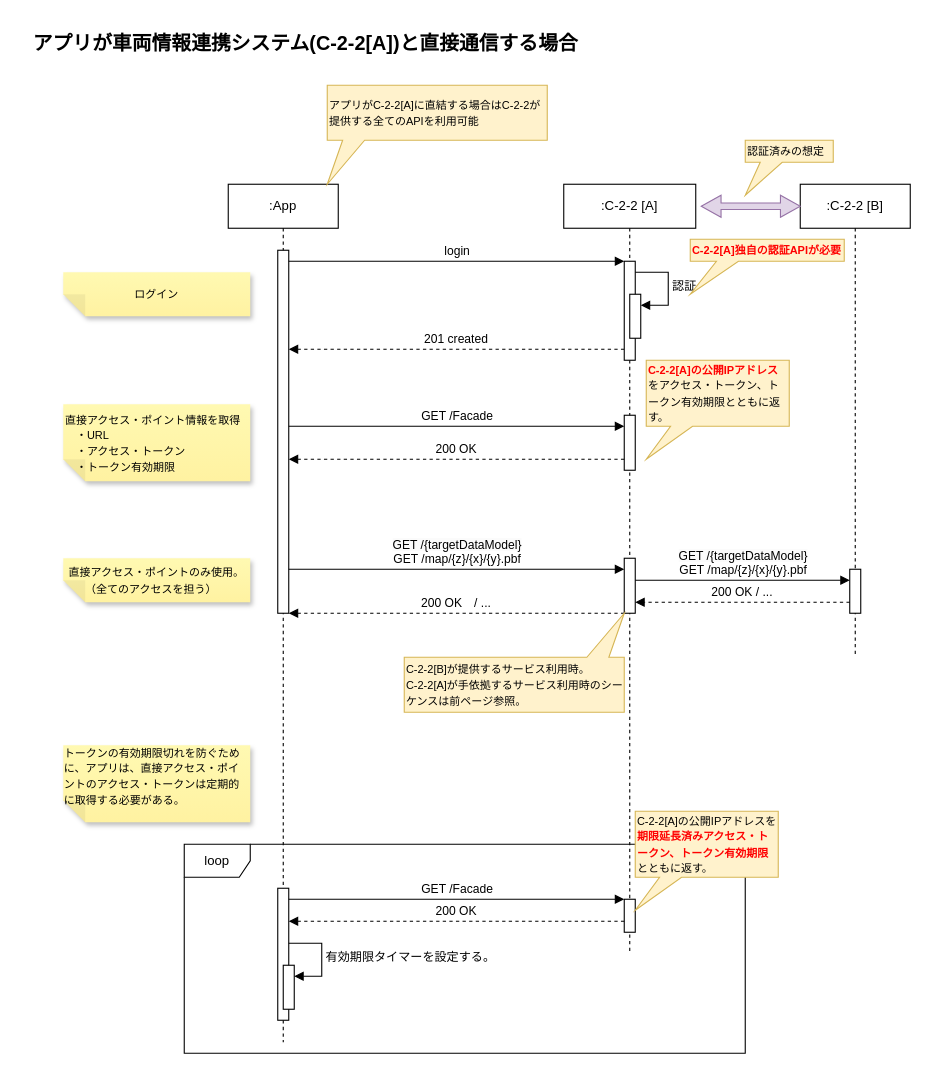
Before: page "C-2-2[A]直結時のシーケンス" (2 of 6) of models/c-2-2-api-sequences.drawio in Sportacandy/C-2-2API, a draw.io diagram. Source tidied: cells renumbered, new cells numbered last; positions are measured from the earlier drawing's top-left corner, leaving out a move shared by most shapes. Both pictures are drawn from the tidied source at 110%, with x=0, y=0 at pixel (19, 19).
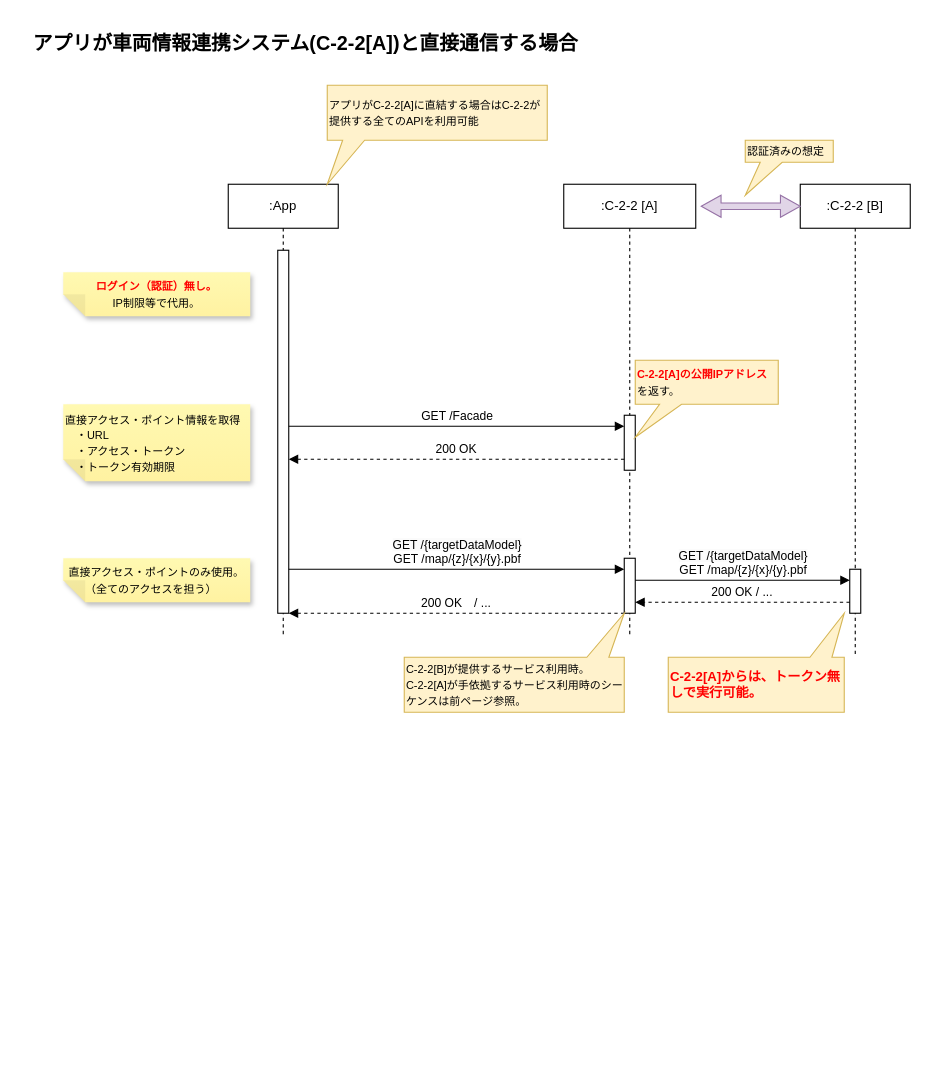
The same diagram, later.

Unchanged cells that the change refers to:
```xml
<mxCell id="3" style="html=1;points=[];perimeter=orthogonalPerimeter;outlineConnect=0;targetShapes=umlLifeline;portConstraint=eastwest;newEdgeStyle={&quot;edgeStyle&quot;:&quot;elbowEdgeStyle&quot;,&quot;elbow&quot;:&quot;vertical&quot;,&quot;curved&quot;:0,&quot;rounded&quot;:0};" parent="2" vertex="1">
  <mxGeometry x="45" y="60" width="10" height="330" as="geometry" />
</mxCell>
```

What changed in the source:
```diff
@@
     <mxCell id="2" value=":App" style="shape=umlLifeline;perimeter=lifelinePerimeter;whiteSpace=wrap;html=1;newEdgeStyle={&quot;edgeStyle&quot;:&quot;elbowEdgeStyle&quot;,&quot;elbow&quot;:&quot;vertical&quot;,&quot;curved&quot;:0,&quot;rounded&quot;:0};" parent="1" vertex="1">
-      <mxGeometry x="190" y="150" width="100" height="780" as="geometry" />
+      <mxGeometry x="190" y="150" width="100" height="410" as="geometry" />
     </mxCell>
@@
-    <mxCell id="4" value="login" style="html=1;verticalAlign=bottom;endArrow=block;edgeStyle=elbowEdgeStyle;elbow=horizontal;curved=0;rounded=0;" parent="1" edge="1" source="3" target="9">
-      <mxGeometry relative="1" as="geometry">
-        <Array as="points">
-          <mxPoint x="331" y="220" />
-        </Array>
-      </mxGeometry>
-    </mxCell>
-    <mxCell id="5" value="201 created" style="html=1;verticalAlign=bottom;endArrow=block;edgeStyle=elbowEdgeStyle;elbow=vertical;curved=0;rounded=0;dashed=1;" parent="1" edge="1" source="9">
-      <mxGeometry relative="1" as="geometry">
-        <mxPoint x="245" y="300" as="targetPoint" />
-        <Array as="points">
-          <mxPoint x="340" y="300" />
-        </Array>
-      </mxGeometry>
-    </mxCell>
     <mxCell id="6" value=":C-2-2 [A]" style="shape=umlLifeline;perimeter=lifelinePerimeter;whiteSpace=wrap;html=1;newEdgeStyle={&quot;edgeStyle&quot;:&quot;elbowEdgeStyle&quot;,&quot;elbow&quot;:&quot;vertical&quot;,&quot;curved&quot;:0,&quot;rounded&quot;:0};" parent="1" vertex="1">
-      <mxGeometry x="495" y="150" width="120" height="700" as="geometry" />
+      <mxGeometry x="495" y="150" width="120" height="410" as="geometry" />
     </mxCell>
@@
-    <mxCell id="9" style="html=1;points=[];perimeter=orthogonalPerimeter;outlineConnect=0;targetShapes=umlLifeline;portConstraint=eastwest;newEdgeStyle={&quot;edgeStyle&quot;:&quot;elbowEdgeStyle&quot;,&quot;elbow&quot;:&quot;vertical&quot;,&quot;curved&quot;:0,&quot;rounded&quot;:0};" parent="6" vertex="1">
-      <mxGeometry x="55" y="70" width="10" height="90" as="geometry" />
-    </mxCell>
-    <mxCell id="10" value="認証" style="html=1;align=left;spacingLeft=2;endArrow=block;rounded=0;edgeStyle=orthogonalEdgeStyle;curved=0;rounded=0;" parent="6" edge="1" target="11">
-      <mxGeometry relative="1" as="geometry">
-        <mxPoint x="65" y="80" as="sourcePoint" />
-        <Array as="points">
-          <mxPoint x="95" y="110" />
-        </Array>
-      </mxGeometry>
-    </mxCell>
-    <mxCell id="11" style="html=1;points=[[0,0,0,0,5],[0,1,0,0,-5],[1,0,0,0,5],[1,1,0,0,-5]];perimeter=orthogonalPerimeter;outlineConnect=0;targetShapes=umlLifeline;portConstraint=eastwest;newEdgeStyle={&quot;curved&quot;:0,&quot;rounded&quot;:0};" parent="6" vertex="1">
-      <mxGeometry x="60" y="100" width="10" height="40" as="geometry" />
-    </mxCell>
-    <mxCell id="12" style="html=1;points=[[0,0,0,0,5],[0,1,0,0,-5],[1,0,0,0,5],[1,1,0,0,-5]];perimeter=orthogonalPerimeter;outlineConnect=0;targetShapes=umlLifeline;portConstraint=eastwest;newEdgeStyle={&quot;curved&quot;:0,&quot;rounded&quot;:0};" parent="6" vertex="1">
-      <mxGeometry x="55" y="650" width="10" height="30" as="geometry" />
-    </mxCell>
@@
-    <mxCell id="17" value="&lt;div style=&quot;&quot;&gt;&lt;span style=&quot;font-size: 10px;&quot;&gt;ログイン&lt;/span&gt;&lt;/div&gt;" style="shape=note;whiteSpace=wrap;html=1;backgroundOutline=1;fontColor=#000000;darkOpacity=0.05;fillColor=#FFF9B2;strokeColor=none;fillStyle=solid;direction=west;gradientDirection=north;gradientColor=#FFF2A1;shadow=1;size=20;align=center;" parent="1" vertex="1">
+    <mxCell id="17" value="&lt;div style=&quot;&quot;&gt;&lt;span style=&quot;font-size: 10px;&quot;&gt;&lt;font color=&quot;#ff0000&quot;&gt;&lt;b&gt;ログイン（認証）無し。&lt;/b&gt;&lt;/font&gt;&lt;br&gt;IP制限等で代用。&lt;/span&gt;&lt;/div&gt;" style="shape=note;whiteSpace=wrap;html=1;backgroundOutline=1;fontColor=#000000;darkOpacity=0.05;fillColor=#FFF9B2;strokeColor=none;fillStyle=solid;direction=west;gradientDirection=north;gradientColor=#FFF2A1;shadow=1;size=20;align=center;" parent="1" vertex="1">
       <mxGeometry x="40" y="230" width="170" height="40" as="geometry" />
     </mxCell>
@@
-    <mxCell id="24" value="&lt;font style=&quot;font-size: 10px;&quot;&gt;&lt;b&gt;&lt;font color=&quot;#ff0000&quot;&gt;C-2-2[A]の公開IPアドレス&lt;/font&gt;&lt;/b&gt;をアクセス・トークン、トークン有効期限とともに返す。　&lt;/font&gt;" style="shape=callout;whiteSpace=wrap;html=1;perimeter=calloutPerimeter;position2=0;fillColor=#fff2cc;strokeColor=#d6b656;align=left;size=30;position=0.17;" parent="1" vertex="1">
-      <mxGeometry x="570" y="310" width="130" height="90" as="geometry" />
+    <mxCell id="24" value="&lt;font style=&quot;font-size: 10px;&quot;&gt;&lt;b&gt;&lt;font color=&quot;#ff0000&quot;&gt;C-2-2[A]の公開IPアドレス&lt;/font&gt;&lt;/b&gt;を返す。　&lt;/font&gt;" style="shape=callout;whiteSpace=wrap;html=1;perimeter=calloutPerimeter;position2=0;fillColor=#fff2cc;strokeColor=#d6b656;align=left;size=30;position=0.17;" parent="1" vertex="1">
+      <mxGeometry x="560" y="310" width="130" height="70" as="geometry" />
     </mxCell>
@@
-    <mxCell id="26" style="html=1;points=[[0,0,0,0,5],[0,1,0,0,-5],[1,0,0,0,5],[1,1,0,0,-5]];perimeter=orthogonalPerimeter;outlineConnect=0;targetShapes=umlLifeline;portConstraint=eastwest;newEdgeStyle={&quot;curved&quot;:0,&quot;rounded&quot;:0};" parent="1" vertex="1">
-      <mxGeometry x="235" y="790" width="10" height="120" as="geometry" />
-    </mxCell>
-    <mxCell id="27" value="GET /Facade" style="html=1;verticalAlign=bottom;endArrow=block;edgeStyle=elbowEdgeStyle;elbow=horizontal;curved=0;rounded=0;" parent="1" edge="1" source="26" target="12">
-      <mxGeometry relative="1" as="geometry">
-        <Array as="points">
-          <mxPoint x="515" y="800" />
-        </Array>
-      </mxGeometry>
-    </mxCell>
-    <mxCell id="28" value="200 OK" style="html=1;verticalAlign=bottom;endArrow=block;edgeStyle=elbowEdgeStyle;elbow=vertical;curved=0;rounded=0;dashed=1;" parent="1" edge="1" source="12" target="26">
-      <mxGeometry relative="1" as="geometry">
-        <Array as="points">
-          <mxPoint x="520" y="820" />
-        </Array>
-      </mxGeometry>
-    </mxCell>
-    <mxCell id="29" value="loop" style="shape=umlFrame;whiteSpace=wrap;html=1;" parent="1" vertex="1">
-      <mxGeometry x="150" y="750" width="510" height="190" as="geometry" />
-    </mxCell>
-    <mxCell id="30" value="&lt;font style=&quot;font-size: 10px;&quot;&gt;C-2-2[A]の公開IPアドレスを&lt;b&gt;&lt;font color=&quot;#ff0000&quot;&gt;期限延長済みアクセス・トークン、トークン有効期限&lt;/font&gt;&lt;/b&gt;とともに返す。　&lt;/font&gt;" style="shape=callout;whiteSpace=wrap;html=1;perimeter=calloutPerimeter;position2=0;fillColor=#fff2cc;strokeColor=#d6b656;align=left;size=30;position=0.17;" parent="1" vertex="1">
-      <mxGeometry x="560" y="720" width="130" height="90" as="geometry" />
-    </mxCell>
-    <mxCell id="31" style="html=1;points=[[0,0,0,0,5],[0,1,0,0,-5],[1,0,0,0,5],[1,1,0,0,-5]];perimeter=orthogonalPerimeter;outlineConnect=0;targetShapes=umlLifeline;portConstraint=eastwest;newEdgeStyle={&quot;curved&quot;:0,&quot;rounded&quot;:0};" parent="1" vertex="1">
-      <mxGeometry x="240" y="860" width="10" height="40" as="geometry" />
-    </mxCell>
-    <mxCell id="32" value="有効期限タイマーを設定する。" style="html=1;align=left;spacingLeft=2;endArrow=block;rounded=0;edgeStyle=orthogonalEdgeStyle;curved=0;rounded=0;" parent="1" edge="1" target="31">
-      <mxGeometry relative="1" as="geometry">
-        <mxPoint x="245" y="840" as="sourcePoint" />
-        <Array as="points">
-          <mxPoint x="275" y="870" />
-        </Array>
-      </mxGeometry>
-    </mxCell>
-    <mxCell id="33" value="&lt;div style=&quot;text-align: left;&quot;&gt;&lt;span style=&quot;font-size: 10px;&quot;&gt;トークンの有効期限切れを防ぐために、アプリは、&lt;/span&gt;&lt;span style=&quot;font-size: 10px; background-color: initial;&quot;&gt;直接アクセス・ポイントのアクセス・トークンは定期的に取得する必要がある。&lt;/span&gt;&lt;/div&gt;&lt;div style=&quot;text-align: left;&quot;&gt;&lt;span style=&quot;font-size: 10px; background-color: initial;&quot;&gt;&lt;br&gt;&lt;/span&gt;&lt;/div&gt;" style="shape=note;whiteSpace=wrap;html=1;backgroundOutline=1;fontColor=#000000;darkOpacity=0.05;fillColor=#FFF9B2;strokeColor=none;fillStyle=solid;direction=west;gradientDirection=north;gradientColor=#FFF2A1;shadow=1;size=20;" parent="1" vertex="1">
-      <mxGeometry x="40" y="660" width="170" height="70" as="geometry" />
-    </mxCell>
@@
-    <mxCell id="36" value="&lt;font color=&quot;#ff0000&quot; style=&quot;font-size: 10px;&quot;&gt;&lt;b&gt;C-2-2[A]独自の認証APIが必要&lt;/b&gt;&lt;/font&gt;" style="shape=callout;whiteSpace=wrap;html=1;perimeter=calloutPerimeter;position2=0;fillColor=#fff2cc;strokeColor=#d6b656;align=left;size=30;position=0.17;" parent="1" vertex="1">
-      <mxGeometry x="610" y="200" width="140" height="50" as="geometry" />
-    </mxCell>
@@
+    <mxCell id="39" value="&lt;b&gt;&lt;font color=&quot;#ff0000&quot;&gt;C-2-2[A]からは、トークン無しで実行可能。&lt;/font&gt;&lt;/b&gt;" style="shape=callout;whiteSpace=wrap;html=1;perimeter=calloutPerimeter;position2=0;fillColor=#fff2cc;strokeColor=#d6b656;align=left;size=40;position=0.07;base=20;direction=west;" parent="1" vertex="1">
+      <mxGeometry x="590" y="540" width="160" height="90" as="geometry" />
+    </mxCell>
```
